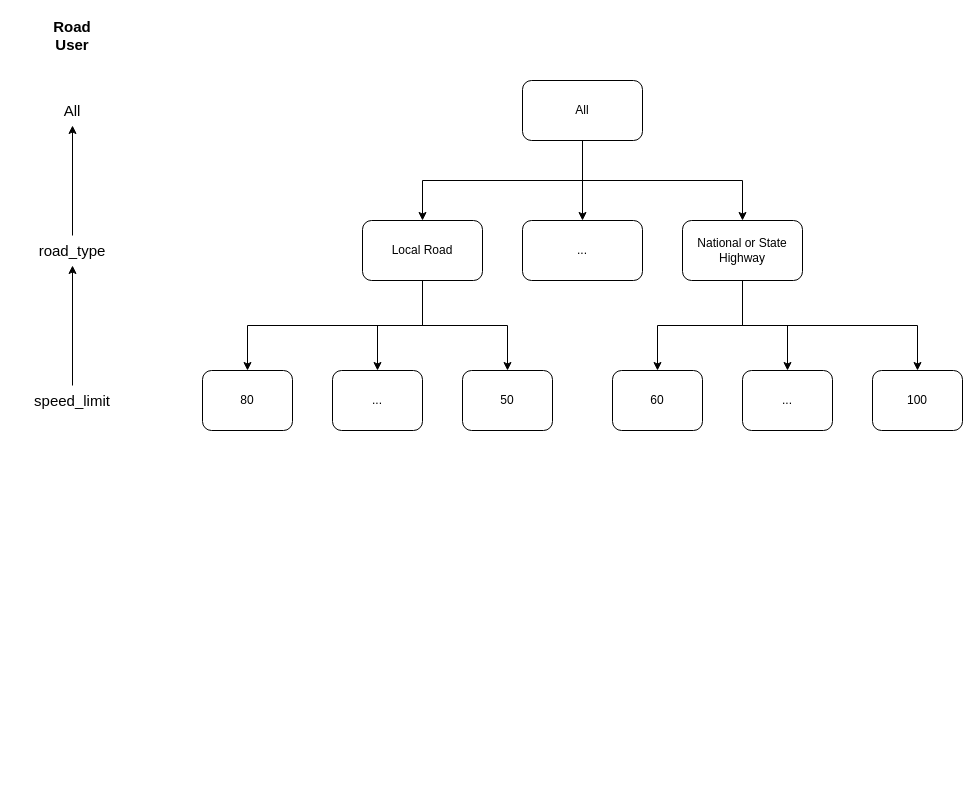
Above: Road User Concept Hierarchy.drawio in NekoTRSH/Drawing (draw.io), before the change. Source tidied: cells renumbered, new cells numbered last; positions are measured from the earlier drawing's top-left corner, leaving out a move shared by most shapes. Both pictures are drawn from the tidied source at 100%, with x=0, y=0 at pixel (42, 20).
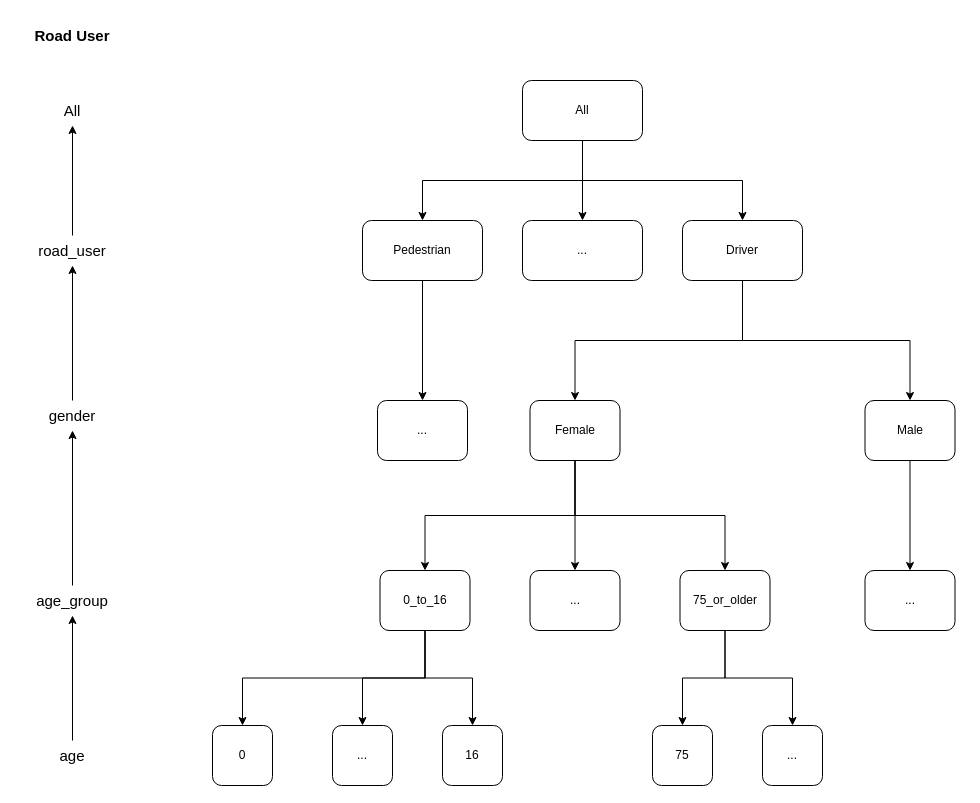
The same page after the edit.

Diff of the diagram source:
```diff
@@
     <mxCell id="2" value="&lt;b&gt;Road User&lt;/b&gt;" style="text;html=1;align=center;verticalAlign=middle;whiteSpace=wrap;rounded=0;fontSize=15;" parent="1" vertex="1">
-      <mxGeometry width="60" height="30" as="geometry" />
+      <mxGeometry x="-25" width="110" height="30" as="geometry" />
     </mxCell>
@@
-    <mxCell id="9" value="speed_limit" style="text;html=1;align=center;verticalAlign=middle;whiteSpace=wrap;rounded=0;fontSize=15;" parent="1" vertex="1">
-      <mxGeometry y="365" width="60" height="30" as="geometry" />
+    <mxCell id="9" value="gender" style="text;html=1;align=center;verticalAlign=middle;whiteSpace=wrap;rounded=0;fontSize=15;" parent="1" vertex="1">
+      <mxGeometry y="380" width="60" height="30" as="geometry" />
     </mxCell>
@@
-    <mxCell id="11" value="road_type" style="text;html=1;align=center;verticalAlign=middle;whiteSpace=wrap;rounded=0;fontSize=15;" parent="1" vertex="1">
+    <mxCell id="11" value="road_user" style="text;html=1;align=center;verticalAlign=middle;whiteSpace=wrap;rounded=0;fontSize=15;" parent="1" vertex="1">
       <mxGeometry y="215" width="60" height="30" as="geometry" />
     </mxCell>
-    <mxCell id="12" style="edgeStyle=orthogonalEdgeStyle;rounded=0;jettySize=auto;html=1;exitX=0.5;exitY=1;exitDx=0;exitDy=0;entryX=0.5;entryY=0;entryDx=0;entryDy=0;" parent="1" edge="1" source="15" target="21">
-      <mxGeometry relative="1" as="geometry" />
-    </mxCell>
-    <mxCell id="13" style="edgeStyle=orthogonalEdgeStyle;rounded=0;jettySize=auto;html=1;exitX=0.5;exitY=1;exitDx=0;exitDy=0;entryX=0.5;entryY=0;entryDx=0;entryDy=0;" parent="1" edge="1" source="15" target="22">
-      <mxGeometry relative="1" as="geometry" />
-    </mxCell>
-    <mxCell id="14" style="edgeStyle=orthogonalEdgeStyle;rounded=0;jettySize=auto;html=1;exitX=0.5;exitY=1;exitDx=0;exitDy=0;entryX=0.5;entryY=0;entryDx=0;entryDy=0;" parent="1" edge="1" source="15" target="25">
-      <mxGeometry relative="1" as="geometry" />
-    </mxCell>
+    <mxCell id="27" style="edgeStyle=orthogonalEdgeStyle;rounded=0;jettySize=auto;html=1;exitX=0.5;exitY=1;exitDx=0;exitDy=0;entryX=0.5;entryY=0;entryDx=0;entryDy=0;" parent="1" edge="1" source="15" target="36">
+      <mxGeometry relative="1" as="geometry" />
+    </mxCell>
-    <mxCell id="15" value="Local Road" style="rounded=1;whiteSpace=wrap;html=1;" parent="1" vertex="1">
+    <mxCell id="15" value="Pedestrian" style="rounded=1;whiteSpace=wrap;html=1;" parent="1" vertex="1">
       <mxGeometry x="320" y="200" width="120" height="60" as="geometry" />
     </mxCell>
@@
-    <mxCell id="18" style="edgeStyle=orthogonalEdgeStyle;rounded=0;jettySize=auto;html=1;exitX=0.5;exitY=1;exitDx=0;exitDy=0;entryX=0.5;entryY=0;entryDx=0;entryDy=0;" parent="1" edge="1" source="19" target="26">
-      <mxGeometry relative="1" as="geometry" />
-    </mxCell>
-    <mxCell id="19" value="National or State Highway" style="rounded=1;whiteSpace=wrap;html=1;" parent="1" vertex="1">
+    <mxCell id="19" value="Driver" style="rounded=1;whiteSpace=wrap;html=1;" parent="1" vertex="1">
       <mxGeometry x="640" y="200" width="120" height="60" as="geometry" />
     </mxCell>
@@
-    <mxCell id="21" value="80" style="rounded=1;whiteSpace=wrap;html=1;" parent="1" vertex="1">
-      <mxGeometry x="160" y="350" width="90" height="60" as="geometry" />
-    </mxCell>
-    <mxCell id="22" value="50" style="rounded=1;whiteSpace=wrap;html=1;" parent="1" vertex="1">
-      <mxGeometry x="420" y="350" width="90" height="60" as="geometry" />
-    </mxCell>
+    <mxCell id="28" style="edgeStyle=orthogonalEdgeStyle;rounded=0;jettySize=auto;html=1;exitX=0.5;exitY=1;exitDx=0;exitDy=0;entryX=0.5;entryY=0;entryDx=0;entryDy=0;" parent="1" edge="1" source="23" target="40">
+      <mxGeometry relative="1" as="geometry" />
+    </mxCell>
+    <mxCell id="29" style="edgeStyle=orthogonalEdgeStyle;rounded=0;jettySize=auto;html=1;exitX=0.5;exitY=1;exitDx=0;exitDy=0;entryX=0.5;entryY=0;entryDx=0;entryDy=0;" parent="1" edge="1" source="23" target="41">
+      <mxGeometry relative="1" as="geometry" />
+    </mxCell>
+    <mxCell id="30" style="edgeStyle=orthogonalEdgeStyle;rounded=0;jettySize=auto;html=1;exitX=0.5;exitY=1;exitDx=0;exitDy=0;entryX=0.5;entryY=0;entryDx=0;entryDy=0;" parent="1" edge="1" source="23" target="44">
+      <mxGeometry relative="1" as="geometry" />
+    </mxCell>
-    <mxCell id="23" value="60" style="rounded=1;whiteSpace=wrap;html=1;" parent="1" vertex="1">
-      <mxGeometry x="570" y="350" width="90" height="60" as="geometry" />
+    <mxCell id="23" value="Female" style="rounded=1;whiteSpace=wrap;html=1;" parent="1" vertex="1">
+      <mxGeometry x="487.5" y="380" width="90" height="60" as="geometry" />
     </mxCell>
+    <mxCell id="31" style="edgeStyle=orthogonalEdgeStyle;rounded=0;jettySize=auto;html=1;exitX=0.5;exitY=1;exitDx=0;exitDy=0;entryX=0.5;entryY=0;entryDx=0;entryDy=0;" parent="1" edge="1" source="24" target="50">
+      <mxGeometry relative="1" as="geometry" />
+    </mxCell>
-    <mxCell id="24" value="100" style="rounded=1;whiteSpace=wrap;html=1;" parent="1" vertex="1">
-      <mxGeometry x="830" y="350" width="90" height="60" as="geometry" />
+    <mxCell id="24" value="Male" style="rounded=1;whiteSpace=wrap;html=1;" parent="1" vertex="1">
+      <mxGeometry x="822.5" y="380" width="90" height="60" as="geometry" />
     </mxCell>
-    <mxCell id="25" value="..." style="rounded=1;whiteSpace=wrap;html=1;" parent="1" vertex="1">
-      <mxGeometry x="290" y="350" width="90" height="60" as="geometry" />
-    </mxCell>
-    <mxCell id="26" value="..." style="rounded=1;whiteSpace=wrap;html=1;" parent="1" vertex="1">
-      <mxGeometry x="700" y="350" width="90" height="60" as="geometry" />
-    </mxCell>
+    <mxCell id="32" style="edgeStyle=orthogonalEdgeStyle;rounded=0;jettySize=auto;html=1;exitX=0.5;exitY=0;exitDx=0;exitDy=0;entryX=0.5;entryY=1;entryDx=0;entryDy=0;" parent="1" edge="1" source="33" target="9">
+      <mxGeometry relative="1" as="geometry" />
+    </mxCell>
+    <mxCell id="33" value="age_group" style="text;html=1;align=center;verticalAlign=middle;whiteSpace=wrap;rounded=0;fontSize=15;" parent="1" vertex="1">
+      <mxGeometry y="565" width="60" height="30" as="geometry" />
+    </mxCell>
+    <mxCell id="34" style="edgeStyle=orthogonalEdgeStyle;rounded=0;jettySize=auto;html=1;exitX=0.5;exitY=0;exitDx=0;exitDy=0;entryX=0.5;entryY=1;entryDx=0;entryDy=0;" parent="1" edge="1" source="35" target="33">
+      <mxGeometry relative="1" as="geometry" />
+    </mxCell>
+    <mxCell id="35" value="age" style="text;html=1;align=center;verticalAlign=middle;whiteSpace=wrap;rounded=0;fontSize=15;" parent="1" vertex="1">
+      <mxGeometry y="720" width="60" height="30" as="geometry" />
+    </mxCell>
+    <mxCell id="36" value="..." style="rounded=1;whiteSpace=wrap;html=1;" parent="1" vertex="1">
+      <mxGeometry x="335" y="380" width="90" height="60" as="geometry" />
+    </mxCell>
+    <mxCell id="37" style="edgeStyle=orthogonalEdgeStyle;rounded=0;jettySize=auto;html=1;exitX=0.5;exitY=1;exitDx=0;exitDy=0;entryX=0.5;entryY=0;entryDx=0;entryDy=0;" parent="1" edge="1" source="40" target="45">
+      <mxGeometry relative="1" as="geometry" />
+    </mxCell>
+    <mxCell id="38" style="edgeStyle=orthogonalEdgeStyle;rounded=0;jettySize=auto;html=1;exitX=0.5;exitY=1;exitDx=0;exitDy=0;entryX=0.5;entryY=0;entryDx=0;entryDy=0;" parent="1" edge="1" source="40" target="47">
+      <mxGeometry relative="1" as="geometry" />
+    </mxCell>
+    <mxCell id="39" style="edgeStyle=orthogonalEdgeStyle;rounded=0;jettySize=auto;html=1;exitX=0.5;exitY=1;exitDx=0;exitDy=0;entryX=0.5;entryY=0;entryDx=0;entryDy=0;" parent="1" edge="1" source="40" target="46">
+      <mxGeometry relative="1" as="geometry" />
+    </mxCell>
+    <mxCell id="40" value="0_to_16" style="rounded=1;whiteSpace=wrap;html=1;" parent="1" vertex="1">
+      <mxGeometry x="337.5" y="550" width="90" height="60" as="geometry" />
+    </mxCell>
+    <mxCell id="41" value="..." style="rounded=1;whiteSpace=wrap;html=1;" parent="1" vertex="1">
+      <mxGeometry x="487.5" y="550" width="90" height="60" as="geometry" />
+    </mxCell>
+    <mxCell id="42" style="edgeStyle=orthogonalEdgeStyle;rounded=0;jettySize=auto;html=1;exitX=0.5;exitY=1;exitDx=0;exitDy=0;entryX=0.5;entryY=0;entryDx=0;entryDy=0;" parent="1" edge="1" source="44" target="48">
+      <mxGeometry relative="1" as="geometry" />
+    </mxCell>
+    <mxCell id="43" style="edgeStyle=orthogonalEdgeStyle;rounded=0;jettySize=auto;html=1;exitX=0.5;exitY=1;exitDx=0;exitDy=0;entryX=0.5;entryY=0;entryDx=0;entryDy=0;" parent="1" edge="1" source="44" target="49">
+      <mxGeometry relative="1" as="geometry" />
+    </mxCell>
+    <mxCell id="44" value="75_or_older" style="rounded=1;whiteSpace=wrap;html=1;" parent="1" vertex="1">
+      <mxGeometry x="637.5" y="550" width="90" height="60" as="geometry" />
+    </mxCell>
+    <mxCell id="45" value="0" style="rounded=1;whiteSpace=wrap;html=1;" parent="1" vertex="1">
+      <mxGeometry x="170" y="705" width="60" height="60" as="geometry" />
+    </mxCell>
+    <mxCell id="46" value="16" style="rounded=1;whiteSpace=wrap;html=1;" parent="1" vertex="1">
+      <mxGeometry x="400" y="705" width="60" height="60" as="geometry" />
+    </mxCell>
+    <mxCell id="47" value="..." style="rounded=1;whiteSpace=wrap;html=1;" parent="1" vertex="1">
+      <mxGeometry x="290" y="705" width="60" height="60" as="geometry" />
+    </mxCell>
+    <mxCell id="48" value="75" style="rounded=1;whiteSpace=wrap;html=1;" parent="1" vertex="1">
+      <mxGeometry x="610" y="705" width="60" height="60" as="geometry" />
+    </mxCell>
+    <mxCell id="49" value="..." style="rounded=1;whiteSpace=wrap;html=1;" parent="1" vertex="1">
+      <mxGeometry x="720" y="705" width="60" height="60" as="geometry" />
+    </mxCell>
+    <mxCell id="50" value="..." style="rounded=1;whiteSpace=wrap;html=1;" parent="1" vertex="1">
+      <mxGeometry x="822.5" y="550" width="90" height="60" as="geometry" />
+    </mxCell>
```
